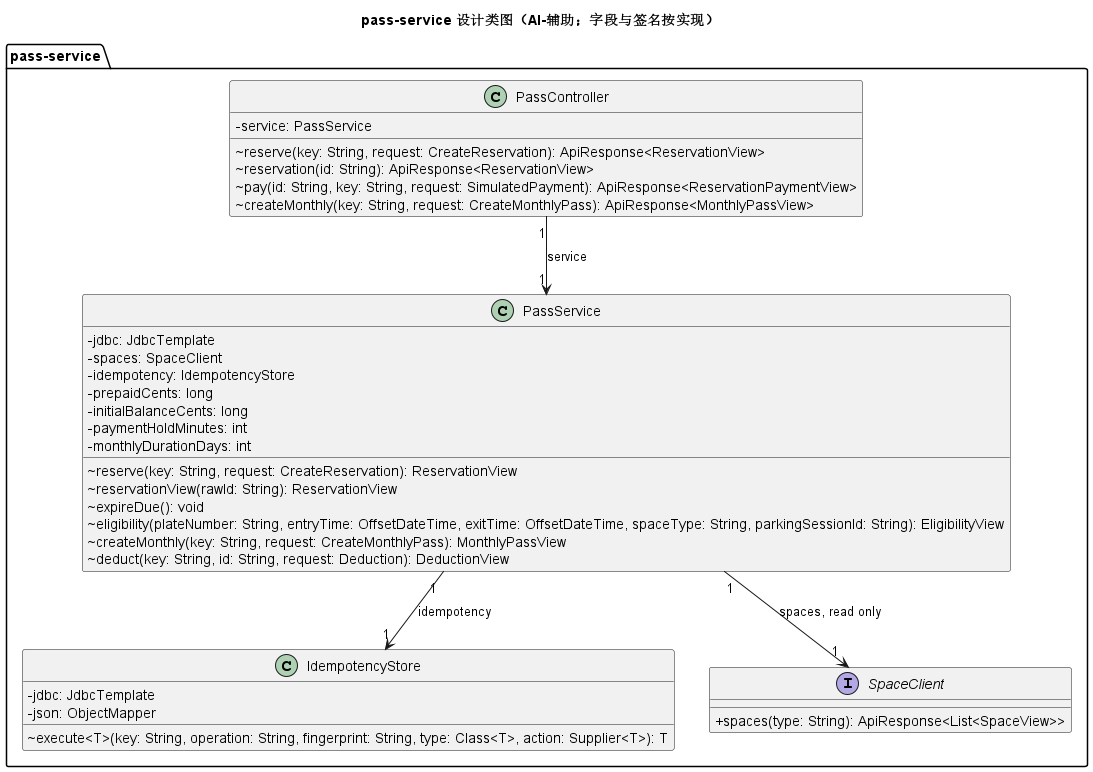
Earlier version of the PlantUML export models/rendered/15-design-classes_003.png (Gindama713/UMLWORK).
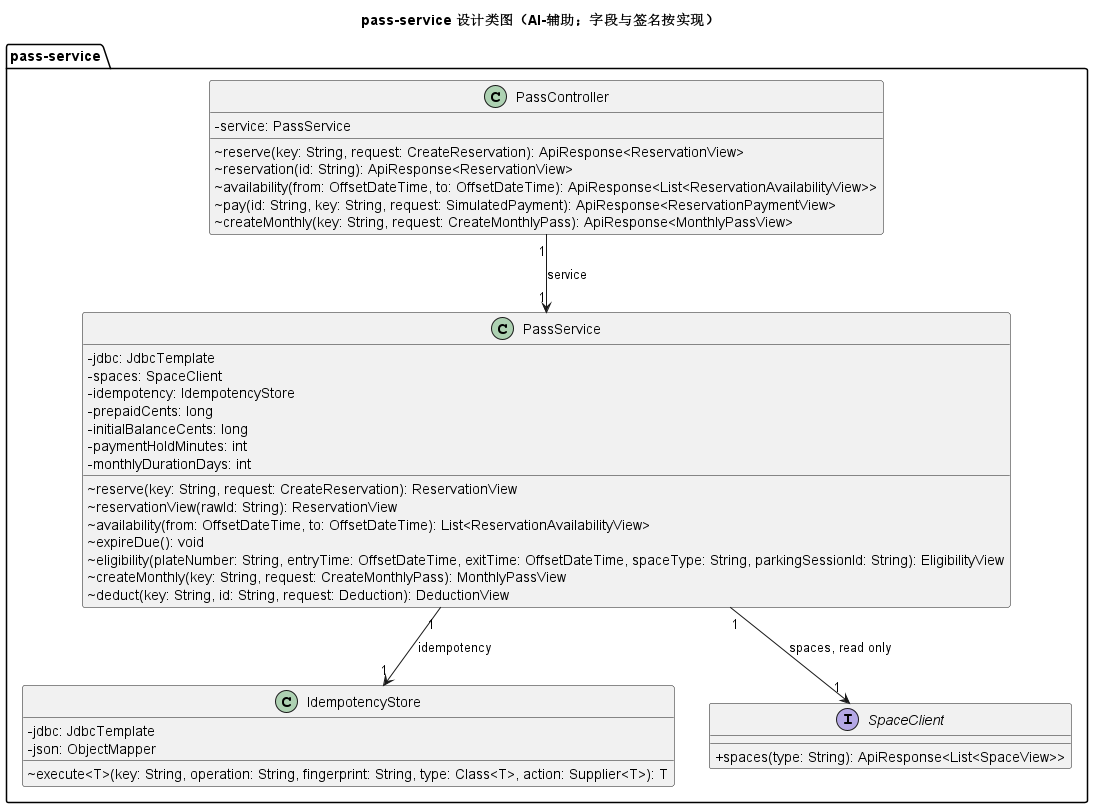
After the commit.

What changed in the source:
```diff
@@ -6,6 +6,7 @@
     -service: PassService
     ~reserve(key: String, request: CreateReservation): ApiResponse<ReservationView>
     ~reservation(id: String): ApiResponse<ReservationView>
+    ~availability(from: OffsetDateTime, to: OffsetDateTime): ApiResponse<List<ReservationAvailabilityView>>
     ~pay(id: String, key: String, request: SimulatedPayment): ApiResponse<ReservationPaymentView>
     ~createMonthly(key: String, request: CreateMonthlyPass): ApiResponse<MonthlyPassView>
   }
@@ -19,6 +20,7 @@
     -monthlyDurationDays: int
     ~reserve(key: String, request: CreateReservation): ReservationView
     ~reservationView(rawId: String): ReservationView
+    ~availability(from: OffsetDateTime, to: OffsetDateTime): List<ReservationAvailabilityView>
     ~expireDue(): void
     ~eligibility(plateNumber: String, entryTime: OffsetDateTime, exitTime: OffsetDateTime, spaceType: String, parkingSessionId: String): EligibilityView
     ~createMonthly(key: String, request: CreateMonthlyPass): MonthlyPassView
```
